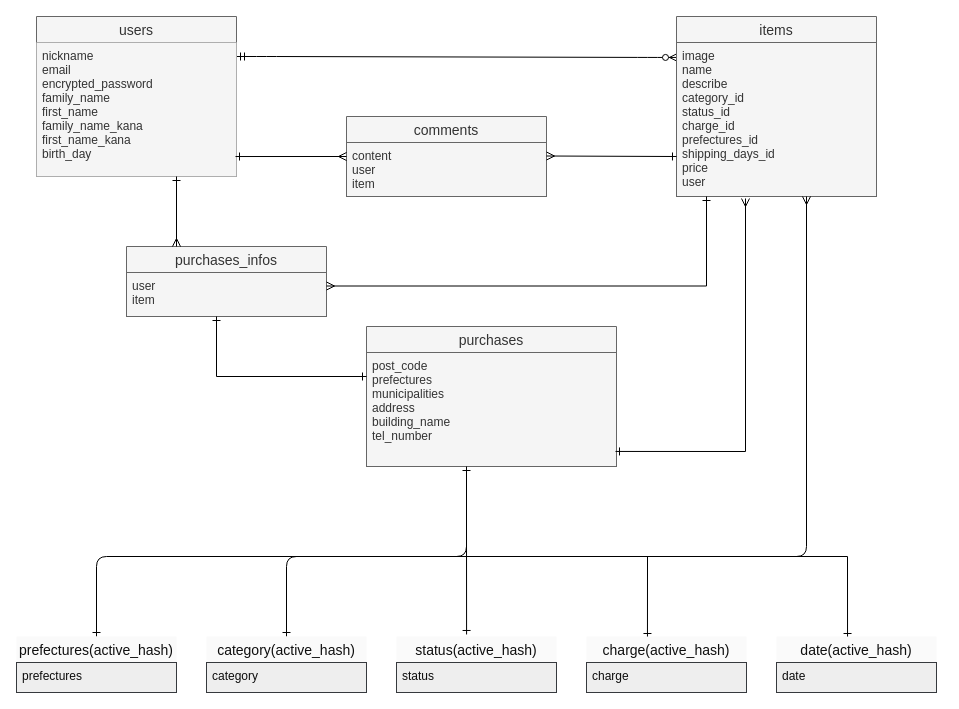
Above: er.dio in TT38294/furima-37409 (draw.io), before the change. Source tidied: cells renumbered, new cells numbered last; positions are measured from the earlier drawing's top-left corner, leaving out a move shared by most shapes. Both pictures are drawn from the tidied source at 100%, with x=0, y=0 at pixel (16, 16).
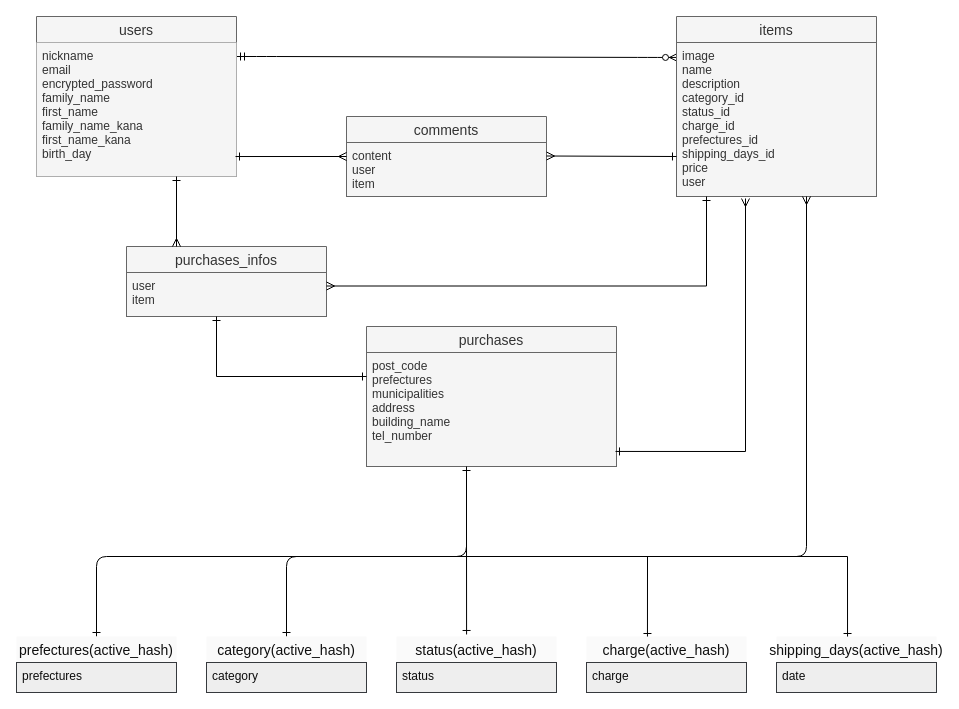
Above is the later version.

The change refers to these unchanged cells:
```xml
<mxCell id="9" value="items" style="swimlane;fontStyle=0;horizontal=1;startSize=26;align=center;fontSize=14;fillColor=#f5f5f5;fontColor=#333333;strokeColor=#666666;" parent="1" vertex="1">
  <mxGeometry x="660" width="200" height="180" as="geometry" />
</mxCell>
```

The edit, as a diff of the source:
```diff
@@
-    <mxCell id="10" value="image&#10;name&#10;describe&#10;category_id&#10;status_id&#10;charge_id&#10;prefectures_id&#10;shipping_days_id&#10;price&#10;user" style="text;strokeColor=#666666;fillColor=#f5f5f5;spacingLeft=4;spacingRight=4;overflow=hidden;points=[[0,0.5],[1,0.5]];portConstraint=eastwest;fontSize=12;fontColor=#333333;" parent="9" vertex="1">
+    <mxCell id="10" value="image&#10;name&#10;description&#10;category_id&#10;status_id&#10;charge_id&#10;prefectures_id&#10;shipping_days_id&#10;price&#10;user" style="text;strokeColor=#666666;fillColor=#f5f5f5;spacingLeft=4;spacingRight=4;overflow=hidden;points=[[0,0.5],[1,0.5]];portConstraint=eastwest;fontSize=12;fontColor=#333333;" parent="9" vertex="1">
       <mxGeometry y="26" width="200" height="154" as="geometry" />
     </mxCell>
@@
-    <mxCell id="29" value="date(active_hash)" style="swimlane;fontStyle=0;horizontal=1;startSize=26;align=center;fontSize=14;fillColor=#FAFAFA;strokeColor=none;fontColor=#0F0F0F;strokeWidth=1;perimeterSpacing=0;" parent="1" vertex="1">
+    <mxCell id="29" value="shipping_days(active_hash)" style="swimlane;fontStyle=0;horizontal=1;startSize=26;align=center;fontSize=14;fillColor=#FAFAFA;strokeColor=none;fontColor=#0F0F0F;strokeWidth=1;perimeterSpacing=0;" parent="1" vertex="1">
       <mxGeometry x="760" y="620" width="160" height="56" as="geometry" />
     </mxCell>
```
